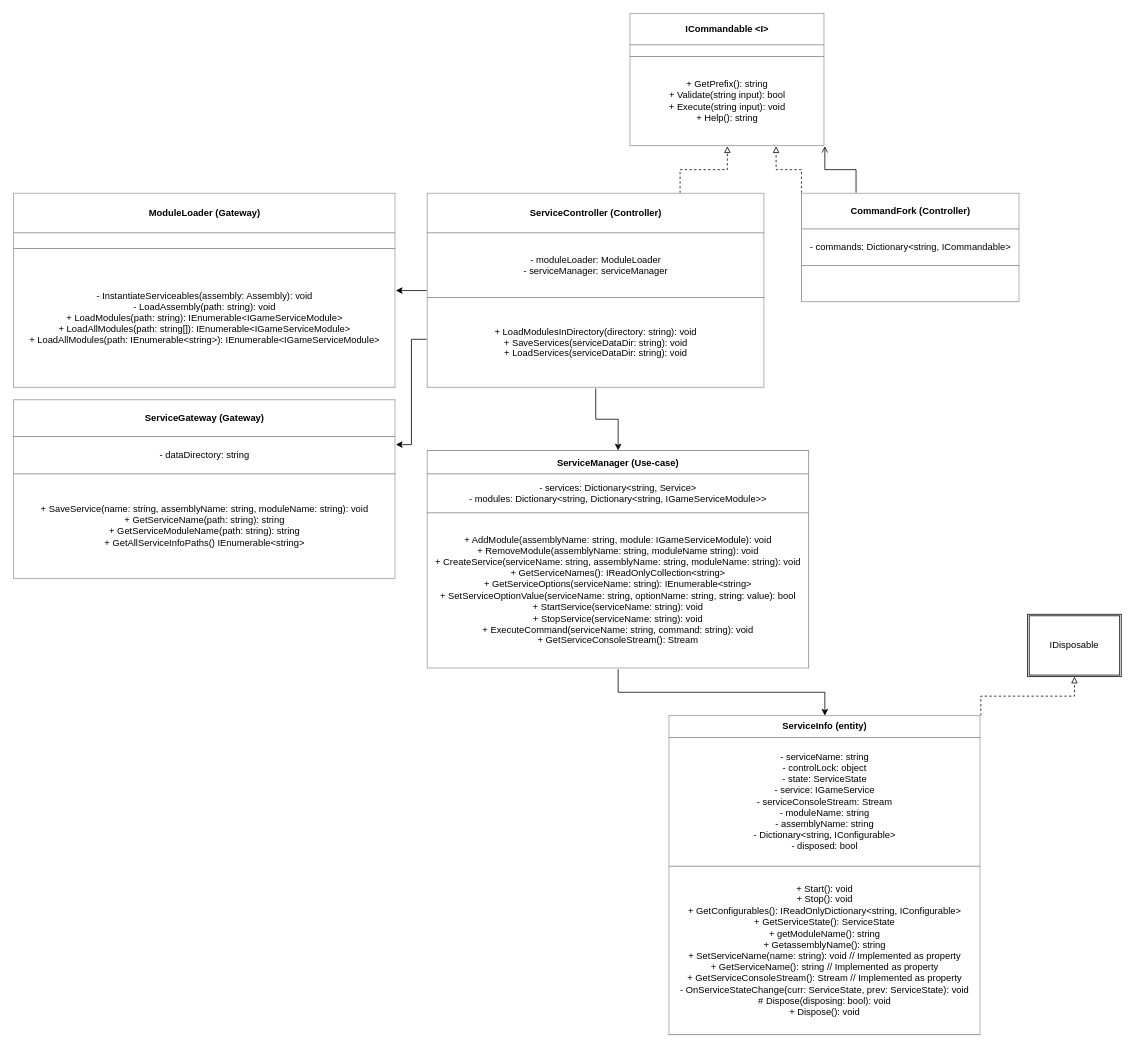
Earlier version of the draw.io diagram src/GameServiceWarden.Host/UMLSketch.drawio (RealYHD/gameservicewarden). Source tidied: cells renumbered, new cells numbered last; positions are measured from the earlier drawing's top-left corner, leaving out a move shared by most shapes. Both pictures are drawn from the tidied source at 78%, with x=0, y=0 at pixel (13, 13).
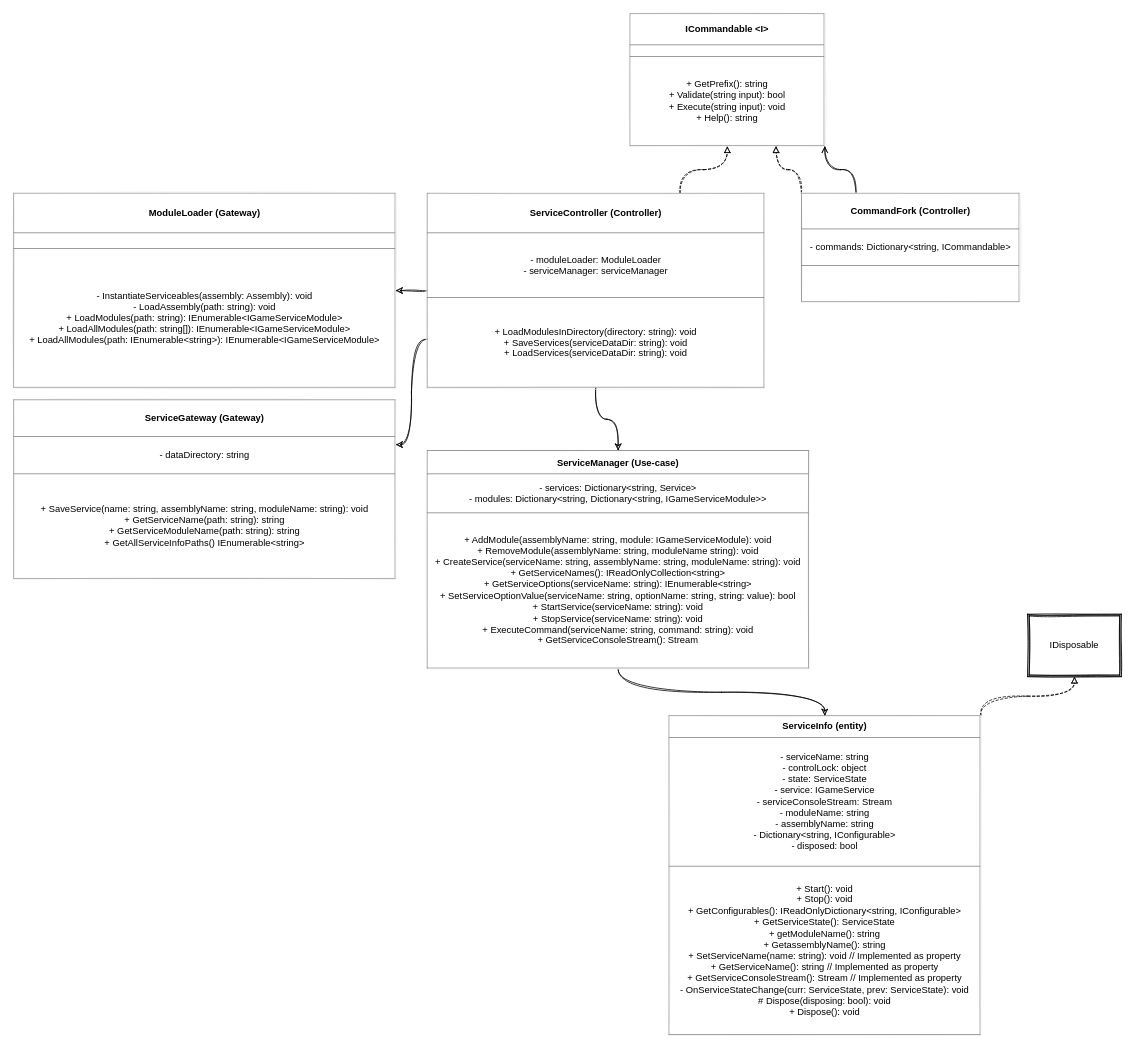
The same diagram, later.

What changed in the source:
```diff
@@
 <mxGraphModel>
   <root>
     <mxCell id="0" />
     <mxCell id="1" parent="0" />
-    <mxCell id="2" style="edgeStyle=orthogonalEdgeStyle;rounded=0;jettySize=auto;html=1;entryX=0.5;entryY=1;entryDx=0;entryDy=0;jumpStyle=none;dashed=1;endArrow=block;endFill=0;exitX=1;exitY=0;exitDx=0;exitDy=0;" parent="1" edge="1" source="3" target="6">
+    <mxCell id="2" style="edgeStyle=orthogonalEdgeStyle;jettySize=auto;html=1;entryX=0.5;entryY=1;entryDx=0;entryDy=0;jumpStyle=none;dashed=1;endArrow=block;endFill=0;exitX=1;exitY=0;exitDx=0;exitDy=0;sketch=1;curved=1;" parent="1" edge="1" source="3" target="6">
       <mxGeometry relative="1" as="geometry" />
     </mxCell>
-    <mxCell id="3" value="&lt;table border=&quot;1&quot; width=&quot;100%&quot; cellpadding=&quot;4&quot; style=&quot;width: 100% ; height: 100% ; border-collapse: collapse&quot;&gt;&lt;tbody&gt;&lt;tr&gt;&lt;th align=&quot;center&quot;&gt;ServiceInfo (entity)&lt;/th&gt;&lt;/tr&gt;&lt;tr&gt;&lt;td align=&quot;center&quot;&gt;- serviceName: string&lt;br&gt;- controlLock: object&lt;br&gt;- state: ServiceState&lt;br&gt;- service: IGameService&lt;br&gt;- serviceConsoleStream: Stream&lt;br&gt;- moduleName: string&lt;br&gt;- assemblyName: string&lt;br&gt;- Dictionary&amp;lt;string, IConfigurable&amp;gt;&lt;br&gt;- disposed: bool&lt;/td&gt;&lt;/tr&gt;&lt;tr&gt;&lt;td align=&quot;center&quot;&gt;+ Start(): void&lt;br&gt;+ Stop(): void&lt;br&gt;+ GetConfigurables(): IReadOnlyDictionary&amp;lt;string, IConfigurable&amp;gt;&lt;br&gt;+ GetServiceState(): ServiceState&lt;br&gt;+ getModuleName(): string&lt;br&gt;+ GetassemblyName(): string&lt;br&gt;+ SetServiceName(name: string): void // Implemented as property&lt;br&gt;+ GetServiceName(): string // Implemented as property&lt;br&gt;+ GetServiceConsoleStream(): Stream // Implemented as property&lt;br&gt;- OnServiceStateChange(curr: ServiceState,&amp;nbsp;prev: ServiceState): void&lt;br&gt;# Dispose(disposing: bool): void&lt;br&gt;+ Dispose(): void&lt;br&gt;&lt;/td&gt;&lt;/tr&gt;&lt;/tbody&gt;&lt;/table&gt;" style="text;html=1;fillColor=none;overflow=fill;strokeColor=#f0f0f0;" parent="1" vertex="1">
+    <mxCell id="3" value="&lt;table border=&quot;1&quot; width=&quot;100%&quot; cellpadding=&quot;4&quot; style=&quot;width: 100% ; height: 100% ; border-collapse: collapse&quot;&gt;&lt;tbody&gt;&lt;tr&gt;&lt;th align=&quot;center&quot;&gt;ServiceInfo (entity)&lt;/th&gt;&lt;/tr&gt;&lt;tr&gt;&lt;td align=&quot;center&quot;&gt;- serviceName: string&lt;br&gt;- controlLock: object&lt;br&gt;- state: ServiceState&lt;br&gt;- service: IGameService&lt;br&gt;- serviceConsoleStream: Stream&lt;br&gt;- moduleName: string&lt;br&gt;- assemblyName: string&lt;br&gt;- Dictionary&amp;lt;string, IConfigurable&amp;gt;&lt;br&gt;- disposed: bool&lt;/td&gt;&lt;/tr&gt;&lt;tr&gt;&lt;td align=&quot;center&quot;&gt;+ Start(): void&lt;br&gt;+ Stop(): void&lt;br&gt;+ GetConfigurables(): IReadOnlyDictionary&amp;lt;string, IConfigurable&amp;gt;&lt;br&gt;+ GetServiceState(): ServiceState&lt;br&gt;+ getModuleName(): string&lt;br&gt;+ GetassemblyName(): string&lt;br&gt;+ SetServiceName(name: string): void // Implemented as property&lt;br&gt;+ GetServiceName(): string // Implemented as property&lt;br&gt;+ GetServiceConsoleStream(): Stream // Implemented as property&lt;br&gt;- OnServiceStateChange(curr: ServiceState,&amp;nbsp;prev: ServiceState): void&lt;br&gt;# Dispose(disposing: bool): void&lt;br&gt;+ Dispose(): void&lt;br&gt;&lt;/td&gt;&lt;/tr&gt;&lt;/tbody&gt;&lt;/table&gt;" style="text;html=1;fillColor=none;overflow=fill;strokeColor=#f0f0f0;sketch=1;" parent="1" vertex="1">
       <mxGeometry x="840" y="900" width="400" height="410" as="geometry" />
     </mxCell>
-    <mxCell id="4" style="edgeStyle=orthogonalEdgeStyle;rounded=0;jettySize=auto;html=1;exitX=0.5;exitY=1;exitDx=0;exitDy=0;entryX=0.5;entryY=0;entryDx=0;entryDy=0;fontStyle=1;" parent="1" edge="1" source="5" target="3">
+    <mxCell id="4" style="edgeStyle=orthogonalEdgeStyle;jettySize=auto;html=1;exitX=0.5;exitY=1;exitDx=0;exitDy=0;entryX=0.5;entryY=0;entryDx=0;entryDy=0;fontStyle=1;sketch=1;curved=1;" parent="1" edge="1" source="5" target="3">
       <mxGeometry relative="1" as="geometry" />
     </mxCell>
-    <mxCell id="5" value="&lt;table border=&quot;1&quot; width=&quot;100%&quot; cellpadding=&quot;4&quot; style=&quot;width: 100% ; height: 100% ; border-collapse: collapse&quot;&gt;&lt;tbody&gt;&lt;tr&gt;&lt;th align=&quot;center&quot;&gt;ServiceManager (Use-case)&lt;/th&gt;&lt;/tr&gt;&lt;tr&gt;&lt;td align=&quot;center&quot;&gt;- services: Dictionary&amp;lt;string, Service&amp;gt;&lt;br&gt;- modules: Dictionary&amp;lt;string, Dictionary&amp;lt;string, IGameServiceModule&amp;gt;&amp;gt;&lt;/td&gt;&lt;/tr&gt;&lt;tr&gt;&lt;td align=&quot;center&quot;&gt;+ AddModule(assemblyName: string, module: IGameServiceModule): void&lt;br&gt;+ RemoveModule(assemblyName: string, moduleName string): void&lt;br&gt;+ CreateService(serviceName: string, assemblyName: string, moduleName: string): void&lt;br&gt;+ GetServiceNames(): IReadOnlyCollection&amp;lt;string&amp;gt;&lt;br&gt;+ GetServiceOptions(serviceName: string): IEnumerable&amp;lt;string&amp;gt;&lt;br&gt;+ SetServiceOptionValue(serviceName: string, optionName: string, string: value): bool&lt;br&gt;+ StartService(serviceName: string): void&lt;br&gt;+ StopService(serviceName: string): void&lt;br&gt;+ ExecuteCommand(serviceName: string, command: string): void&lt;br&gt;+ GetServiceConsoleStream(): Stream&lt;/td&gt;&lt;/tr&gt;&lt;/tbody&gt;&lt;/table&gt;" style="text;html=1;fillColor=none;overflow=fill;strokeColor=#f0f0f0;" parent="1" vertex="1">
+    <mxCell id="5" value="&lt;table border=&quot;1&quot; width=&quot;100%&quot; cellpadding=&quot;4&quot; style=&quot;width: 100% ; height: 100% ; border-collapse: collapse&quot;&gt;&lt;tbody&gt;&lt;tr&gt;&lt;th align=&quot;center&quot;&gt;ServiceManager (Use-case)&lt;/th&gt;&lt;/tr&gt;&lt;tr&gt;&lt;td align=&quot;center&quot;&gt;- services: Dictionary&amp;lt;string, Service&amp;gt;&lt;br&gt;- modules: Dictionary&amp;lt;string, Dictionary&amp;lt;string, IGameServiceModule&amp;gt;&amp;gt;&lt;/td&gt;&lt;/tr&gt;&lt;tr&gt;&lt;td align=&quot;center&quot;&gt;+ AddModule(assemblyName: string, module: IGameServiceModule): void&lt;br&gt;+ RemoveModule(assemblyName: string, moduleName string): void&lt;br&gt;+ CreateService(serviceName: string, assemblyName: string, moduleName: string): void&lt;br&gt;+ GetServiceNames(): IReadOnlyCollection&amp;lt;string&amp;gt;&lt;br&gt;+ GetServiceOptions(serviceName: string): IEnumerable&amp;lt;string&amp;gt;&lt;br&gt;+ SetServiceOptionValue(serviceName: string, optionName: string, string: value): bool&lt;br&gt;+ StartService(serviceName: string): void&lt;br&gt;+ StopService(serviceName: string): void&lt;br&gt;+ ExecuteCommand(serviceName: string, command: string): void&lt;br&gt;+ GetServiceConsoleStream(): Stream&lt;/td&gt;&lt;/tr&gt;&lt;/tbody&gt;&lt;/table&gt;" style="text;html=1;fillColor=none;overflow=fill;strokeColor=#f0f0f0;sketch=1;" parent="1" vertex="1">
       <mxGeometry x="530" y="560" width="490" height="280" as="geometry" />
     </mxCell>
-    <mxCell id="6" value="IDisposable" style="shape=ext;double=1;rounded=0;whiteSpace=wrap;html=1;" parent="1" vertex="1">
+    <mxCell id="6" value="IDisposable" style="shape=ext;double=1;whiteSpace=wrap;html=1;sketch=1;" parent="1" vertex="1">
       <mxGeometry x="1300" y="770" width="120" height="80" as="geometry" />
     </mxCell>
-    <mxCell id="7" value="&lt;table border=&quot;1&quot; width=&quot;100%&quot; cellpadding=&quot;4&quot; style=&quot;width: 100% ; height: 100% ; border-collapse: collapse&quot;&gt;&lt;tbody&gt;&lt;tr&gt;&lt;th align=&quot;center&quot;&gt;ModuleLoader (Gateway)&lt;/th&gt;&lt;/tr&gt;&lt;tr&gt;&lt;td align=&quot;center&quot;&gt;&lt;/td&gt;&lt;/tr&gt;&lt;tr&gt;&lt;td align=&quot;center&quot;&gt;- InstantiateServiceables(assembly: Assembly): void&lt;br&gt;- LoadAssembly(path: string): void&lt;br&gt;+ LoadModules(path: string): IEnumerable&amp;lt;IGameServiceModule&amp;gt;&lt;br&gt;+ LoadAllModules(path: string[]): IEnumerable&amp;lt;IGameServiceModule&amp;gt;&lt;br&gt;+ LoadAllModules(path: IEnumerable&amp;lt;string&amp;gt;): IEnumerable&amp;lt;IGameServiceModule&amp;gt;&lt;br&gt;&lt;/td&gt;&lt;/tr&gt;&lt;/tbody&gt;&lt;/table&gt;" style="text;html=1;fillColor=none;overflow=fill;strokeColor=#f0f0f0;" parent="1" vertex="1">
+    <mxCell id="7" value="&lt;table border=&quot;1&quot; width=&quot;100%&quot; cellpadding=&quot;4&quot; style=&quot;width: 100% ; height: 100% ; border-collapse: collapse&quot;&gt;&lt;tbody&gt;&lt;tr&gt;&lt;th align=&quot;center&quot;&gt;ModuleLoader (Gateway)&lt;/th&gt;&lt;/tr&gt;&lt;tr&gt;&lt;td align=&quot;center&quot;&gt;&lt;/td&gt;&lt;/tr&gt;&lt;tr&gt;&lt;td align=&quot;center&quot;&gt;- InstantiateServiceables(assembly: Assembly): void&lt;br&gt;- LoadAssembly(path: string): void&lt;br&gt;+ LoadModules(path: string): IEnumerable&amp;lt;IGameServiceModule&amp;gt;&lt;br&gt;+ LoadAllModules(path: string[]): IEnumerable&amp;lt;IGameServiceModule&amp;gt;&lt;br&gt;+ LoadAllModules(path: IEnumerable&amp;lt;string&amp;gt;): IEnumerable&amp;lt;IGameServiceModule&amp;gt;&lt;br&gt;&lt;/td&gt;&lt;/tr&gt;&lt;/tbody&gt;&lt;/table&gt;" style="text;html=1;fillColor=none;overflow=fill;strokeColor=#f0f0f0;sketch=1;" parent="1" vertex="1">
       <mxGeometry y="230" width="490" height="250" as="geometry" />
     </mxCell>
-    <mxCell id="8" style="edgeStyle=orthogonalEdgeStyle;rounded=0;jettySize=auto;html=1;exitX=0.75;exitY=0;exitDx=0;exitDy=0;entryX=0.5;entryY=1;entryDx=0;entryDy=0;dashed=1;endArrow=block;endFill=0;" parent="1" edge="1" source="12" target="14">
+    <mxCell id="8" style="edgeStyle=orthogonalEdgeStyle;jettySize=auto;html=1;exitX=0.75;exitY=0;exitDx=0;exitDy=0;entryX=0.5;entryY=1;entryDx=0;entryDy=0;dashed=1;endArrow=block;endFill=0;sketch=1;curved=1;" parent="1" edge="1" source="12" target="14">
       <mxGeometry relative="1" as="geometry" />
     </mxCell>
-    <mxCell id="9" style="edgeStyle=orthogonalEdgeStyle;rounded=0;jettySize=auto;html=1;exitX=0.5;exitY=1;exitDx=0;exitDy=0;entryX=0.5;entryY=0;entryDx=0;entryDy=0;" parent="1" edge="1" source="12" target="5">
+    <mxCell id="9" style="edgeStyle=orthogonalEdgeStyle;jettySize=auto;html=1;exitX=0.5;exitY=1;exitDx=0;exitDy=0;entryX=0.5;entryY=0;entryDx=0;entryDy=0;sketch=1;curved=1;" parent="1" edge="1" source="12" target="5">
       <mxGeometry relative="1" as="geometry" />
     </mxCell>
-    <mxCell id="10" style="edgeStyle=orthogonalEdgeStyle;rounded=0;jettySize=auto;html=1;exitX=0;exitY=0.5;exitDx=0;exitDy=0;entryX=1;entryY=0.5;entryDx=0;entryDy=0;" parent="1" edge="1" source="12" target="7">
+    <mxCell id="10" style="edgeStyle=orthogonalEdgeStyle;jettySize=auto;html=1;exitX=0;exitY=0.5;exitDx=0;exitDy=0;entryX=1;entryY=0.5;entryDx=0;entryDy=0;sketch=1;curved=1;" parent="1" edge="1" source="12" target="7">
       <mxGeometry relative="1" as="geometry" />
     </mxCell>
-    <mxCell id="11" style="edgeStyle=orthogonalEdgeStyle;rounded=0;jettySize=auto;html=1;exitX=0;exitY=0.75;exitDx=0;exitDy=0;entryX=1;entryY=0.25;entryDx=0;entryDy=0;" parent="1" edge="1" source="12" target="13">
+    <mxCell id="11" style="edgeStyle=orthogonalEdgeStyle;jettySize=auto;html=1;exitX=0;exitY=0.75;exitDx=0;exitDy=0;entryX=1;entryY=0.25;entryDx=0;entryDy=0;sketch=1;curved=1;" parent="1" edge="1" source="12" target="13">
       <mxGeometry relative="1" as="geometry" />
     </mxCell>
-    <mxCell id="12" value="&lt;table border=&quot;1&quot; width=&quot;100%&quot; cellpadding=&quot;4&quot; style=&quot;width: 100% ; height: 100% ; border-collapse: collapse&quot;&gt;&lt;tbody&gt;&lt;tr&gt;&lt;th align=&quot;center&quot;&gt;ServiceController (Controller)&lt;/th&gt;&lt;/tr&gt;&lt;tr&gt;&lt;td align=&quot;center&quot;&gt;- moduleLoader: ModuleLoader&lt;br&gt;- serviceManager: serviceManager&lt;/td&gt;&lt;/tr&gt;&lt;tr&gt;&lt;td align=&quot;center&quot;&gt;+ LoadModulesInDirectory(directory: string): void&lt;br&gt;+ SaveServices(serviceDataDir: string): void&lt;br&gt;+ LoadServices(serviceDataDir: string): void&lt;/td&gt;&lt;/tr&gt;&lt;/tbody&gt;&lt;/table&gt;" style="text;html=1;fillColor=none;overflow=fill;strokeColor=#f0f0f0;" parent="1" vertex="1">
+    <mxCell id="12" value="&lt;table border=&quot;1&quot; width=&quot;100%&quot; cellpadding=&quot;4&quot; style=&quot;width: 100% ; height: 100% ; border-collapse: collapse&quot;&gt;&lt;tbody&gt;&lt;tr&gt;&lt;th align=&quot;center&quot;&gt;ServiceController (Controller)&lt;/th&gt;&lt;/tr&gt;&lt;tr&gt;&lt;td align=&quot;center&quot;&gt;- moduleLoader: ModuleLoader&lt;br&gt;- serviceManager: serviceManager&lt;/td&gt;&lt;/tr&gt;&lt;tr&gt;&lt;td align=&quot;center&quot;&gt;+ LoadModulesInDirectory(directory: string): void&lt;br&gt;+ SaveServices(serviceDataDir: string): void&lt;br&gt;+ LoadServices(serviceDataDir: string): void&lt;/td&gt;&lt;/tr&gt;&lt;/tbody&gt;&lt;/table&gt;" style="text;html=1;fillColor=none;overflow=fill;strokeColor=#f0f0f0;sketch=1;" parent="1" vertex="1">
       <mxGeometry x="530" y="230" width="432.5" height="250" as="geometry" />
     </mxCell>
-    <mxCell id="13" value="&lt;table border=&quot;1&quot; width=&quot;100%&quot; cellpadding=&quot;4&quot; style=&quot;width: 100% ; height: 100% ; border-collapse: collapse&quot;&gt;&lt;tbody&gt;&lt;tr&gt;&lt;th align=&quot;center&quot;&gt;ServiceGateway (Gateway)&lt;/th&gt;&lt;/tr&gt;&lt;tr&gt;&lt;td align=&quot;center&quot;&gt;- dataDirectory: string&lt;/td&gt;&lt;/tr&gt;&lt;tr&gt;&lt;td align=&quot;center&quot;&gt;+ SaveService(name: string, assemblyName: string, moduleName: string): void&lt;br&gt;+ GetServiceName(path: string): string&lt;br&gt;+ GetServiceModuleName(path: string): string&lt;br&gt;+ GetAllServiceInfoPaths() IEnumerable&amp;lt;string&amp;gt;&lt;/td&gt;&lt;/tr&gt;&lt;/tbody&gt;&lt;/table&gt;" style="text;html=1;fillColor=none;overflow=fill;strokeColor=#f0f0f0;" parent="1" vertex="1">
+    <mxCell id="13" value="&lt;table border=&quot;1&quot; width=&quot;100%&quot; cellpadding=&quot;4&quot; style=&quot;width: 100% ; height: 100% ; border-collapse: collapse&quot;&gt;&lt;tbody&gt;&lt;tr&gt;&lt;th align=&quot;center&quot;&gt;ServiceGateway (Gateway)&lt;/th&gt;&lt;/tr&gt;&lt;tr&gt;&lt;td align=&quot;center&quot;&gt;- dataDirectory: string&lt;/td&gt;&lt;/tr&gt;&lt;tr&gt;&lt;td align=&quot;center&quot;&gt;+ SaveService(name: string, assemblyName: string, moduleName: string): void&lt;br&gt;+ GetServiceName(path: string): string&lt;br&gt;+ GetServiceModuleName(path: string): string&lt;br&gt;+ GetAllServiceInfoPaths() IEnumerable&amp;lt;string&amp;gt;&lt;/td&gt;&lt;/tr&gt;&lt;/tbody&gt;&lt;/table&gt;" style="text;html=1;fillColor=none;overflow=fill;strokeColor=#f0f0f0;sketch=1;" parent="1" vertex="1">
       <mxGeometry y="495" width="490" height="230" as="geometry" />
     </mxCell>
-    <mxCell id="14" value="&lt;table border=&quot;1&quot; width=&quot;100%&quot; cellpadding=&quot;4&quot; style=&quot;width: 100% ; height: 100% ; border-collapse: collapse&quot;&gt;&lt;tbody&gt;&lt;tr&gt;&lt;th align=&quot;center&quot;&gt;ICommandable &amp;lt;I&amp;gt;&lt;/th&gt;&lt;/tr&gt;&lt;tr&gt;&lt;td align=&quot;center&quot;&gt;&lt;/td&gt;&lt;/tr&gt;&lt;tr&gt;&lt;td align=&quot;center&quot;&gt;+ GetPrefix(): string&lt;br&gt;+ Validate(string input): bool&lt;br&gt;+ Execute(string input): void&lt;br&gt;+ Help(): string&lt;/td&gt;&lt;/tr&gt;&lt;/tbody&gt;&lt;/table&gt;" style="text;html=1;fillColor=none;overflow=fill;strokeColor=#f0f0f0;" parent="1" vertex="1">
+    <mxCell id="14" value="&lt;table border=&quot;1&quot; width=&quot;100%&quot; cellpadding=&quot;4&quot; style=&quot;width: 100% ; height: 100% ; border-collapse: collapse&quot;&gt;&lt;tbody&gt;&lt;tr&gt;&lt;th align=&quot;center&quot;&gt;ICommandable &amp;lt;I&amp;gt;&lt;/th&gt;&lt;/tr&gt;&lt;tr&gt;&lt;td align=&quot;center&quot;&gt;&lt;/td&gt;&lt;/tr&gt;&lt;tr&gt;&lt;td align=&quot;center&quot;&gt;+ GetPrefix(): string&lt;br&gt;+ Validate(string input): bool&lt;br&gt;+ Execute(string input): void&lt;br&gt;+ Help(): string&lt;/td&gt;&lt;/tr&gt;&lt;/tbody&gt;&lt;/table&gt;" style="text;html=1;fillColor=none;overflow=fill;strokeColor=#f0f0f0;sketch=1;" parent="1" vertex="1">
       <mxGeometry x="790" width="250" height="170" as="geometry" />
     </mxCell>
-    <mxCell id="15" style="edgeStyle=orthogonalEdgeStyle;rounded=0;jettySize=auto;html=1;exitX=0;exitY=0;exitDx=0;exitDy=0;entryX=0.75;entryY=1;entryDx=0;entryDy=0;dashed=1;endArrow=block;endFill=0;" parent="1" edge="1" source="17" target="14">
+    <mxCell id="15" style="edgeStyle=orthogonalEdgeStyle;jettySize=auto;html=1;exitX=0;exitY=0;exitDx=0;exitDy=0;entryX=0.75;entryY=1;entryDx=0;entryDy=0;dashed=1;endArrow=block;endFill=0;sketch=1;curved=1;" parent="1" edge="1" source="17" target="14">
       <mxGeometry relative="1" as="geometry" />
     </mxCell>
-    <mxCell id="16" style="edgeStyle=orthogonalEdgeStyle;rounded=0;jettySize=auto;html=1;exitX=0.25;exitY=0;exitDx=0;exitDy=0;entryX=1;entryY=1;entryDx=0;entryDy=0;endArrow=open;endFill=0;" parent="1" edge="1" source="17" target="14">
+    <mxCell id="16" style="edgeStyle=orthogonalEdgeStyle;jettySize=auto;html=1;exitX=0.25;exitY=0;exitDx=0;exitDy=0;entryX=1;entryY=1;entryDx=0;entryDy=0;endArrow=open;endFill=0;sketch=1;curved=1;" parent="1" edge="1" source="17" target="14">
       <mxGeometry relative="1" as="geometry" />
     </mxCell>
-    <mxCell id="17" value="&lt;table border=&quot;1&quot; width=&quot;100%&quot; cellpadding=&quot;4&quot; style=&quot;width: 100% ; height: 100% ; border-collapse: collapse&quot;&gt;&lt;tbody&gt;&lt;tr&gt;&lt;th align=&quot;center&quot;&gt;CommandFork (Controller)&lt;/th&gt;&lt;/tr&gt;&lt;tr&gt;&lt;td align=&quot;center&quot;&gt;- commands: Dictionary&amp;lt;string, ICommandable&amp;gt;&lt;/td&gt;&lt;/tr&gt;&lt;tr&gt;&lt;td align=&quot;center&quot;&gt;&lt;br&gt;&lt;/td&gt;&lt;/tr&gt;&lt;/tbody&gt;&lt;/table&gt;" style="text;html=1;fillColor=none;overflow=fill;strokeColor=#f0f0f0;" parent="1" vertex="1">
+    <mxCell id="17" value="&lt;table border=&quot;1&quot; width=&quot;100%&quot; cellpadding=&quot;4&quot; style=&quot;width: 100% ; height: 100% ; border-collapse: collapse&quot;&gt;&lt;tbody&gt;&lt;tr&gt;&lt;th align=&quot;center&quot;&gt;CommandFork (Controller)&lt;/th&gt;&lt;/tr&gt;&lt;tr&gt;&lt;td align=&quot;center&quot;&gt;- commands: Dictionary&amp;lt;string, ICommandable&amp;gt;&lt;/td&gt;&lt;/tr&gt;&lt;tr&gt;&lt;td align=&quot;center&quot;&gt;&lt;br&gt;&lt;/td&gt;&lt;/tr&gt;&lt;/tbody&gt;&lt;/table&gt;" style="text;html=1;fillColor=none;overflow=fill;strokeColor=#f0f0f0;sketch=1;" parent="1" vertex="1">
       <mxGeometry x="1010" y="230" width="280" height="140" as="geometry" />
     </mxCell>
   </root>
 </mxGraphModel>
```
